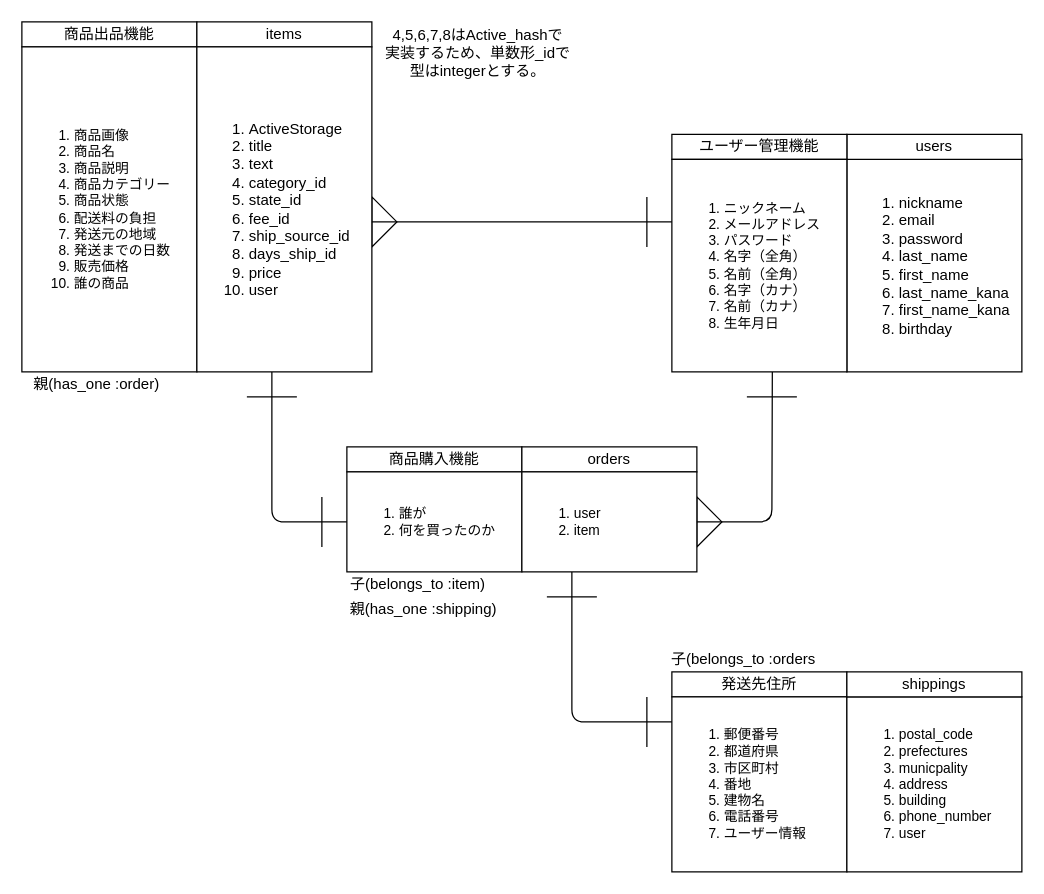
This is furima-32551.dio from t-sasagawa/furima-32551, a draw.io file, before an edit. Source tidied: cells renumbered, new cells numbered last; positions are measured from the earlier drawing's top-left corner, leaving out a move shared by most shapes. Both pictures are drawn from the tidied source at 125%, with x=0, y=0 at pixel (21, 21).
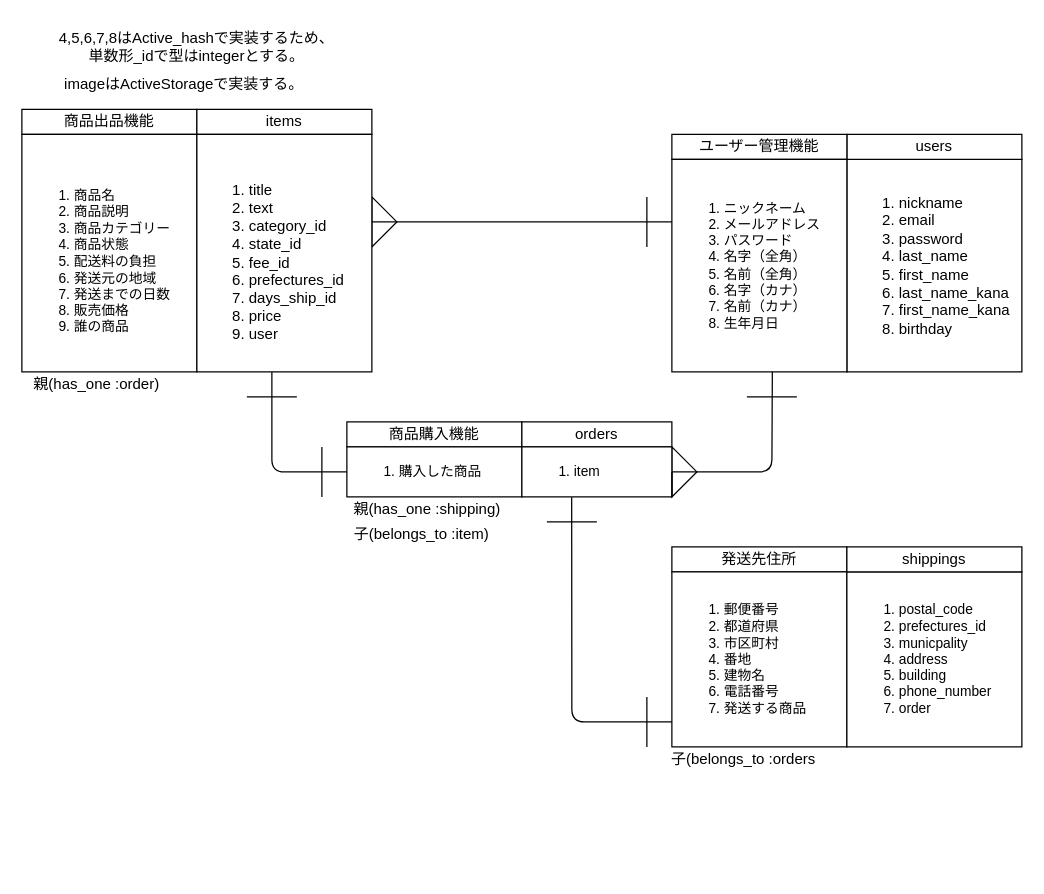
The same diagram, later.

Commit message:
ER図の修正（３回目）

Unchanged cells that the change refers to:
```xml
<mxCell id="12" value="&lt;ol style=&quot;font-size: 11px&quot;&gt;&lt;li&gt;ニックネーム&lt;/li&gt;&lt;li&gt;メールアドレス&lt;/li&gt;&lt;li&gt;パスワード&lt;/li&gt;&lt;li&gt;名字（全角）&lt;/li&gt;&lt;li&gt;名前（全角）&lt;/li&gt;&lt;li&gt;名字（カナ）&lt;/li&gt;&lt;li&gt;名前（カナ）&lt;/li&gt;&lt;li&gt;生年月日&lt;/li&gt;&lt;/ol&gt;" style="rounded=0;whiteSpace=wrap;html=1;align=left;" parent="1" vertex="1">
  <mxGeometry x="520" y="110" width="140" height="170" as="geometry" />
</mxCell>
```

What changed in the source:
```diff
@@
     <mxCell id="2" style="triangle;whiteSpace=wrap;html=1;" parent="1" vertex="1">
-      <mxGeometry x="540" y="380" width="20" height="40" as="geometry" />
+      <mxGeometry x="520" y="340" width="20" height="40" as="geometry" />
     </mxCell>
@@
     <mxCell id="4" value="商品出品機能" style="rounded=0;whiteSpace=wrap;html=1;" parent="1" vertex="1">
-      <mxGeometry width="140" height="20" as="geometry" />
+      <mxGeometry y="70" width="140" height="20" as="geometry" />
     </mxCell>
     <mxCell id="5" value="items" style="rounded=0;whiteSpace=wrap;html=1;" parent="1" vertex="1">
-      <mxGeometry x="140" width="140" height="20" as="geometry" />
+      <mxGeometry x="140" y="70" width="140" height="20" as="geometry" />
     </mxCell>
-    <mxCell id="6" value="&lt;div style=&quot;text-align: justify ; font-size: 11px&quot;&gt;&lt;ol&gt;&lt;li&gt;&lt;span&gt;商品画像&lt;/span&gt;&lt;/li&gt;&lt;li&gt;&lt;span&gt;&lt;div style=&quot;text-align: justify&quot;&gt;&lt;span&gt;商品名&lt;/span&gt;&lt;/div&gt;&lt;/span&gt;&lt;/li&gt;&lt;li&gt;&lt;span&gt;&lt;div style=&quot;text-align: justify&quot;&gt;&lt;span&gt;商品説明&lt;/span&gt;&lt;/div&gt;&lt;/span&gt;&lt;/li&gt;&lt;li&gt;&lt;span&gt;&lt;div style=&quot;text-align: justify&quot;&gt;&lt;span&gt;商品カテゴリー&lt;/span&gt;&lt;/div&gt;&lt;/span&gt;&lt;/li&gt;&lt;li&gt;&lt;span&gt;&lt;div style=&quot;text-align: justify&quot;&gt;&lt;span&gt;商品状態&lt;/span&gt;&lt;/div&gt;&lt;/span&gt;&lt;/li&gt;&lt;li&gt;&lt;span&gt;&lt;div style=&quot;text-align: justify&quot;&gt;&lt;span&gt;配送料の負担&lt;/span&gt;&lt;/div&gt;&lt;/span&gt;&lt;/li&gt;&lt;li&gt;&lt;span&gt;&lt;div style=&quot;text-align: justify&quot;&gt;&lt;span&gt;発送元の地域&lt;/span&gt;&lt;/div&gt;&lt;/span&gt;&lt;/li&gt;&lt;li&gt;&lt;span&gt;&lt;div style=&quot;text-align: justify&quot;&gt;&lt;span&gt;発送までの日数&lt;/span&gt;&lt;/div&gt;&lt;/span&gt;&lt;/li&gt;&lt;li&gt;&lt;span&gt;&lt;div style=&quot;text-align: justify&quot;&gt;&lt;span&gt;販売価格&lt;/span&gt;&lt;/div&gt;&lt;/span&gt;&lt;/li&gt;&lt;li&gt;&lt;div style=&quot;text-align: justify&quot;&gt;&lt;span&gt;誰の商品&lt;/span&gt;&lt;/div&gt;&lt;/li&gt;&lt;/ol&gt;&lt;/div&gt;" style="rounded=0;whiteSpace=wrap;html=1;align=left;" parent="1" vertex="1">
-      <mxGeometry y="20" width="140" height="260" as="geometry" />
+    <mxCell id="6" value="&lt;div style=&quot;text-align: justify ; font-size: 11px&quot;&gt;&lt;div&gt;&lt;br&gt;&lt;/div&gt;&lt;ol&gt;&lt;li&gt;&lt;span&gt;&lt;div style=&quot;text-align: justify&quot;&gt;&lt;span&gt;商品名&lt;/span&gt;&lt;/div&gt;&lt;/span&gt;&lt;/li&gt;&lt;li&gt;&lt;span&gt;&lt;div style=&quot;text-align: justify&quot;&gt;&lt;span&gt;商品説明&lt;/span&gt;&lt;/div&gt;&lt;/span&gt;&lt;/li&gt;&lt;li&gt;&lt;span&gt;&lt;div style=&quot;text-align: justify&quot;&gt;&lt;span&gt;商品カテゴリー&lt;/span&gt;&lt;/div&gt;&lt;/span&gt;&lt;/li&gt;&lt;li&gt;&lt;span&gt;&lt;div style=&quot;text-align: justify&quot;&gt;&lt;span&gt;商品状態&lt;/span&gt;&lt;/div&gt;&lt;/span&gt;&lt;/li&gt;&lt;li&gt;&lt;span&gt;&lt;div style=&quot;text-align: justify&quot;&gt;&lt;span&gt;配送料の負担&lt;/span&gt;&lt;/div&gt;&lt;/span&gt;&lt;/li&gt;&lt;li&gt;&lt;span&gt;&lt;div style=&quot;text-align: justify&quot;&gt;&lt;span&gt;発送元の地域&lt;/span&gt;&lt;/div&gt;&lt;/span&gt;&lt;/li&gt;&lt;li&gt;&lt;span&gt;&lt;div style=&quot;text-align: justify&quot;&gt;&lt;span&gt;発送までの日数&lt;/span&gt;&lt;/div&gt;&lt;/span&gt;&lt;/li&gt;&lt;li&gt;&lt;span&gt;&lt;div style=&quot;text-align: justify&quot;&gt;&lt;span&gt;販売価格&lt;/span&gt;&lt;/div&gt;&lt;/span&gt;&lt;/li&gt;&lt;li&gt;&lt;div style=&quot;text-align: justify&quot;&gt;&lt;span&gt;誰の商品&lt;/span&gt;&lt;/div&gt;&lt;/li&gt;&lt;/ol&gt;&lt;/div&gt;" style="rounded=0;whiteSpace=wrap;html=1;align=left;" parent="1" vertex="1">
+      <mxGeometry y="90" width="140" height="190" as="geometry" />
     </mxCell>
@@
-    <mxCell id="8" value="&lt;ol&gt;&lt;li&gt;ActiveStorage&lt;/li&gt;&lt;li&gt;title&lt;/li&gt;&lt;li&gt;text&lt;/li&gt;&lt;li&gt;category_id&lt;/li&gt;&lt;li&gt;state_id&lt;/li&gt;&lt;li&gt;fee_id&lt;/li&gt;&lt;li&gt;ship_source_id&lt;/li&gt;&lt;li&gt;days_ship_id&lt;/li&gt;&lt;li&gt;price&lt;/li&gt;&lt;li&gt;user&lt;/li&gt;&lt;/ol&gt;" style="rounded=0;whiteSpace=wrap;html=1;align=left;" parent="1" vertex="1">
-      <mxGeometry x="140" y="20" width="140" height="260" as="geometry" />
+    <mxCell id="8" value="&lt;div&gt;&lt;br&gt;&lt;/div&gt;&lt;ol&gt;&lt;li&gt;title&lt;/li&gt;&lt;li&gt;text&lt;/li&gt;&lt;li&gt;category_id&lt;/li&gt;&lt;li&gt;state_id&lt;/li&gt;&lt;li&gt;fee_id&lt;/li&gt;&lt;li&gt;prefectures_id&lt;/li&gt;&lt;li&gt;days_ship_id&lt;/li&gt;&lt;li&gt;price&lt;/li&gt;&lt;li&gt;user&lt;/li&gt;&lt;/ol&gt;" style="rounded=0;whiteSpace=wrap;html=1;align=left;" parent="1" vertex="1">
+      <mxGeometry x="140" y="90" width="140" height="190" as="geometry" />
     </mxCell>
@@
     <mxCell id="13" value="発送先住所" style="rounded=0;whiteSpace=wrap;html=1;" parent="1" vertex="1">
-      <mxGeometry x="520" y="520" width="140" height="20" as="geometry" />
+      <mxGeometry x="520" y="420" width="140" height="20" as="geometry" />
     </mxCell>
-    <mxCell id="14" value="&lt;ol style=&quot;font-size: 11px&quot;&gt;&lt;li&gt;郵便番号&lt;/li&gt;&lt;li&gt;都道府県&lt;/li&gt;&lt;li&gt;市区町村&lt;/li&gt;&lt;li&gt;番地&lt;/li&gt;&lt;li&gt;建物名&lt;/li&gt;&lt;li&gt;電話番号&lt;/li&gt;&lt;li&gt;ユーザー情報&lt;/li&gt;&lt;/ol&gt;" style="rounded=0;whiteSpace=wrap;html=1;align=left;" parent="1" vertex="1">
-      <mxGeometry x="520" y="540" width="140" height="140" as="geometry" />
+    <mxCell id="14" value="&lt;ol style=&quot;font-size: 11px&quot;&gt;&lt;li&gt;郵便番号&lt;/li&gt;&lt;li&gt;都道府県&lt;/li&gt;&lt;li&gt;市区町村&lt;/li&gt;&lt;li&gt;番地&lt;/li&gt;&lt;li&gt;建物名&lt;/li&gt;&lt;li&gt;電話番号&lt;/li&gt;&lt;li&gt;発送する商品&lt;/li&gt;&lt;/ol&gt;" style="rounded=0;whiteSpace=wrap;html=1;align=left;" parent="1" vertex="1">
+      <mxGeometry x="520" y="440" width="140" height="140" as="geometry" />
     </mxCell>
-    <mxCell id="15" value="&lt;ol style=&quot;font-size: 11px&quot;&gt;&lt;li&gt;postal_code&lt;/li&gt;&lt;li&gt;prefectures&lt;/li&gt;&lt;li&gt;municpality&lt;/li&gt;&lt;li&gt;address&lt;/li&gt;&lt;li&gt;building&lt;/li&gt;&lt;li&gt;phone_number&lt;/li&gt;&lt;li&gt;user&lt;/li&gt;&lt;/ol&gt;" style="rounded=0;whiteSpace=wrap;html=1;align=left;" parent="1" vertex="1">
-      <mxGeometry x="660" y="540" width="140" height="140" as="geometry" />
+    <mxCell id="15" value="&lt;ol style=&quot;font-size: 11px&quot;&gt;&lt;li&gt;postal_code&lt;/li&gt;&lt;li&gt;prefectures_id&lt;/li&gt;&lt;li&gt;municpality&lt;/li&gt;&lt;li&gt;address&lt;/li&gt;&lt;li&gt;building&lt;/li&gt;&lt;li&gt;phone_number&lt;/li&gt;&lt;li&gt;order&lt;/li&gt;&lt;/ol&gt;" style="rounded=0;whiteSpace=wrap;html=1;align=left;" parent="1" vertex="1">
+      <mxGeometry x="660" y="440" width="140" height="140" as="geometry" />
     </mxCell>
     <mxCell id="16" value="shippings" style="rounded=0;whiteSpace=wrap;html=1;" parent="1" vertex="1">
-      <mxGeometry x="660" y="520" width="140" height="20" as="geometry" />
+      <mxGeometry x="660" y="420" width="140" height="20" as="geometry" />
     </mxCell>
     <mxCell id="17" value="商品購入機能" style="rounded=0;whiteSpace=wrap;html=1;" parent="1" vertex="1">
-      <mxGeometry x="260" y="340" width="140" height="20" as="geometry" />
+      <mxGeometry x="260" y="320" width="140" height="20" as="geometry" />
     </mxCell>
     <mxCell id="18" value="orders" style="rounded=0;whiteSpace=wrap;html=1;" parent="1" vertex="1">
-      <mxGeometry x="400" y="340" width="140" height="20" as="geometry" />
+      <mxGeometry x="400" y="320" width="120" height="20" as="geometry" />
     </mxCell>
-    <mxCell id="19" value="&lt;ol style=&quot;font-size: 11px&quot;&gt;&lt;li&gt;誰が&lt;/li&gt;&lt;li&gt;何を買ったのか&lt;/li&gt;&lt;/ol&gt;" style="rounded=0;whiteSpace=wrap;html=1;align=left;" parent="1" vertex="1">
-      <mxGeometry x="260" y="360" width="140" height="80" as="geometry" />
+    <mxCell id="19" value="&lt;ol style=&quot;font-size: 11px&quot;&gt;&lt;li&gt;購入した商品&lt;/li&gt;&lt;/ol&gt;" style="rounded=0;whiteSpace=wrap;html=1;align=left;" parent="1" vertex="1">
+      <mxGeometry x="260" y="340" width="140" height="40" as="geometry" />
     </mxCell>
-    <mxCell id="20" value="&lt;ol style=&quot;font-size: 11px&quot;&gt;&lt;li&gt;user&lt;/li&gt;&lt;li&gt;item&lt;/li&gt;&lt;/ol&gt;" style="rounded=0;whiteSpace=wrap;html=1;align=left;" parent="1" vertex="1">
-      <mxGeometry x="400" y="360" width="140" height="80" as="geometry" />
+    <mxCell id="20" value="&lt;ol style=&quot;font-size: 11px&quot;&gt;&lt;li&gt;item&lt;/li&gt;&lt;/ol&gt;" style="rounded=0;whiteSpace=wrap;html=1;align=left;" parent="1" vertex="1">
+      <mxGeometry x="400" y="340" width="120" height="40" as="geometry" />
     </mxCell>
@@
-    <mxCell id="23" style="endArrow=none;html=1;entryX=0.574;entryY=1.001;entryDx=0;entryDy=0;entryPerimeter=0;" parent="1" edge="1" target="12">
+    <mxCell id="23" style="endArrow=none;html=1;entryX=0.574;entryY=1.001;entryDx=0;entryDy=0;entryPerimeter=0;exitX=0;exitY=0.5;exitDx=0;exitDy=0;" parent="1" edge="1" source="2" target="12">
       <mxGeometry relative="1" as="geometry">
-        <mxPoint x="540" y="400" as="sourcePoint" />
         <Array as="points">
-          <mxPoint x="600" y="400" />
+          <mxPoint x="600" y="360" />
         </Array>
       </mxGeometry>
     </mxCell>
-    <mxCell id="24" style="endArrow=none;html=1;entryX=0;entryY=0.5;entryDx=0;entryDy=0;" parent="1" edge="1">
+    <mxCell id="24" style="endArrow=none;html=1;" parent="1" edge="1">
       <mxGeometry relative="1" as="geometry">
         <mxPoint x="200" y="280" as="sourcePoint" />
-        <mxPoint x="260" y="400" as="targetPoint" />
+        <mxPoint x="260" y="360" as="targetPoint" />
         <Array as="points">
-          <mxPoint x="200" y="400" />
+          <mxPoint x="200" y="360" />
         </Array>
       </mxGeometry>
     </mxCell>
@@
     <mxCell id="27" style="endArrow=none;html=1;" parent="1" edge="1">
       <mxGeometry relative="1" as="geometry">
-        <mxPoint x="240" y="380" as="sourcePoint" />
-        <mxPoint x="240" y="420" as="targetPoint" />
+        <mxPoint x="240" y="340" as="sourcePoint" />
+        <mxPoint x="240" y="380" as="targetPoint" />
       </mxGeometry>
     </mxCell>
@@
     <mxCell id="29" value="子(belongs_to :item)" style="text;html=1;strokeColor=none;fillColor=none;align=center;verticalAlign=middle;whiteSpace=wrap;rounded=0;" parent="1" vertex="1">
-      <mxGeometry x="257" y="440" width="120" height="20" as="geometry" />
+      <mxGeometry x="260" y="400" width="120" height="20" as="geometry" />
     </mxCell>
-    <mxCell id="30" style="endArrow=none;html=1;" parent="1" edge="1">
+    <mxCell id="30" style="endArrow=none;html=1;entryX=0.332;entryY=1.008;entryDx=0;entryDy=0;entryPerimeter=0;" parent="1" edge="1" target="20">
       <mxGeometry relative="1" as="geometry">
         <mxPoint x="520" y="560" as="sourcePoint" />
-        <mxPoint x="440" y="440" as="targetPoint" />
         <Array as="points">
           <mxPoint x="440" y="560" />
         </Array>
       </mxGeometry>
     </mxCell>
     <mxCell id="31" style="endArrow=none;html=1;" parent="1" edge="1">
       <mxGeometry relative="1" as="geometry">
-        <mxPoint x="420" y="460" as="sourcePoint" />
-        <mxPoint x="460" y="460" as="targetPoint" />
+        <mxPoint x="420" y="400" as="sourcePoint" />
+        <mxPoint x="460" y="400" as="targetPoint" />
       </mxGeometry>
     </mxCell>
@@
     <mxCell id="33" value="子(belongs_to :orders" style="text;html=1;strokeColor=none;fillColor=none;align=center;verticalAlign=middle;whiteSpace=wrap;rounded=0;" parent="1" vertex="1">
-      <mxGeometry x="511" y="500" width="133" height="20" as="geometry" />
+      <mxGeometry x="511" y="580" width="133" height="20" as="geometry" />
     </mxCell>
     <mxCell id="34" value="親(has_one :shipping)" style="text;html=1;strokeColor=none;fillColor=none;align=center;verticalAlign=middle;whiteSpace=wrap;rounded=0;" parent="1" vertex="1">
-      <mxGeometry x="255" y="460" width="133" height="20" as="geometry" />
+      <mxGeometry x="258" y="380" width="133" height="20" as="geometry" />
     </mxCell>
-    <mxCell id="35" value="4,5,6,7,8はActive_hashで&lt;br&gt;実装するため、単数形_idで&lt;br&gt;型はintegerとする。" style="text;html=1;strokeColor=none;fillColor=none;align=center;verticalAlign=middle;whiteSpace=wrap;rounded=0;" parent="1" vertex="1">
-      <mxGeometry x="290" width="150" height="50" as="geometry" />
+    <mxCell id="35" value="4,5,6,7,8はActive_hashで実装するため、&lt;br&gt;単数形_idで型はintegerとする。" style="text;html=1;strokeColor=none;fillColor=none;align=center;verticalAlign=middle;whiteSpace=wrap;rounded=0;" parent="1" vertex="1">
+      <mxGeometry x="10" y="10" width="260" height="20" as="geometry" />
     </mxCell>
+    <mxCell id="36" value="imageはActiveStorageで実装する。" style="text;html=1;strokeColor=none;fillColor=none;align=center;verticalAlign=middle;whiteSpace=wrap;rounded=0;" parent="1" vertex="1">
+      <mxGeometry x="30" y="40" width="200" height="20" as="geometry" />
+    </mxCell>
+    <mxCell id="37" style="endArrow=none;html=1;entryX=1;entryY=1;entryDx=0;entryDy=0;exitX=1;exitY=0.5;exitDx=0;exitDy=0;" parent="1" edge="1" source="20" target="20">
+      <mxGeometry relative="1" as="geometry" />
+    </mxCell>
```
